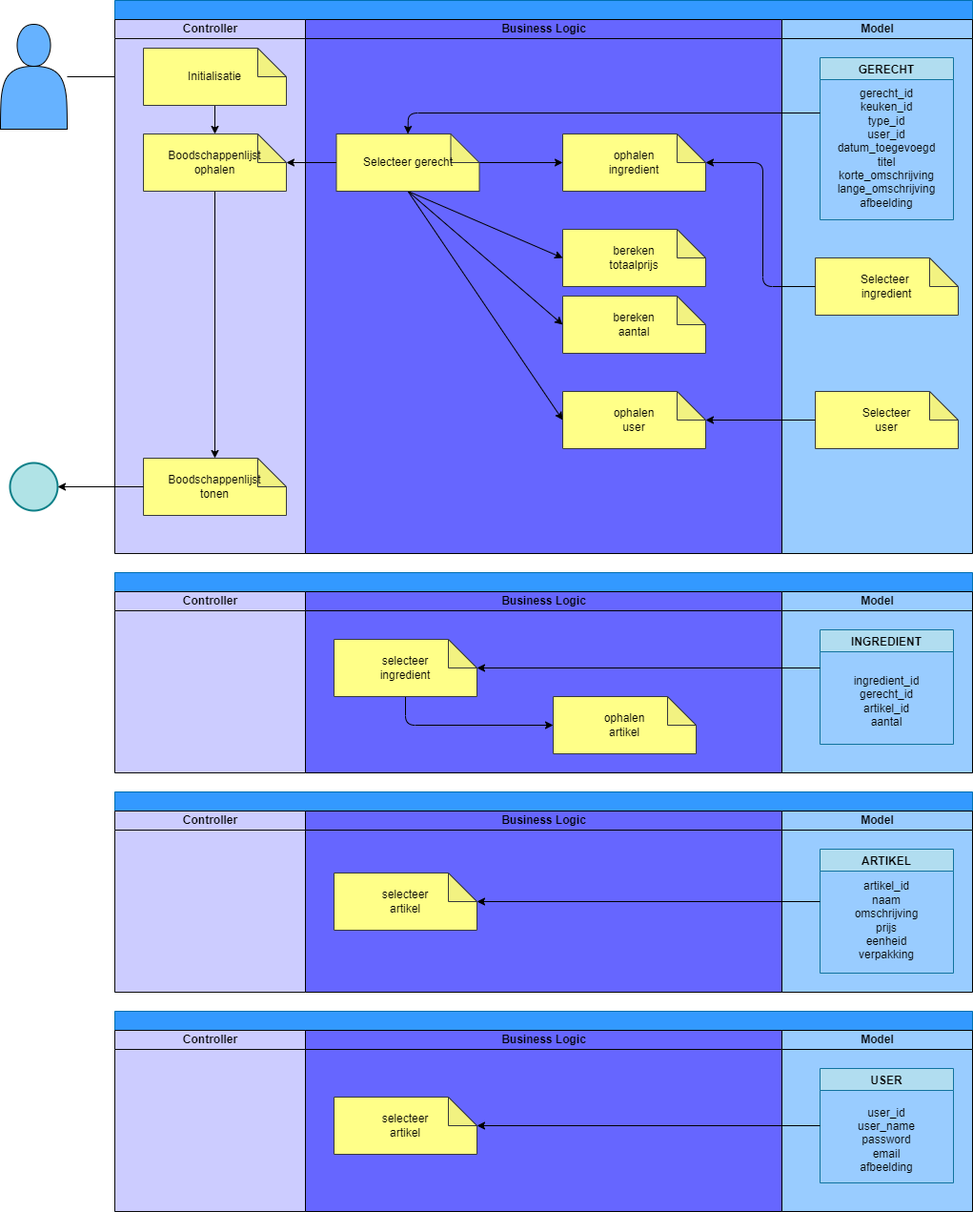
Above: documents/design/ASD_boodschappenlijst.png in LiekeDeckers/educom-verrukkulluk (draw.io), before the change. Source tidied: cells renumbered, new cells last; positions are measured from the earlier drawing's top-left corner, leaving out a move shared by most shapes.
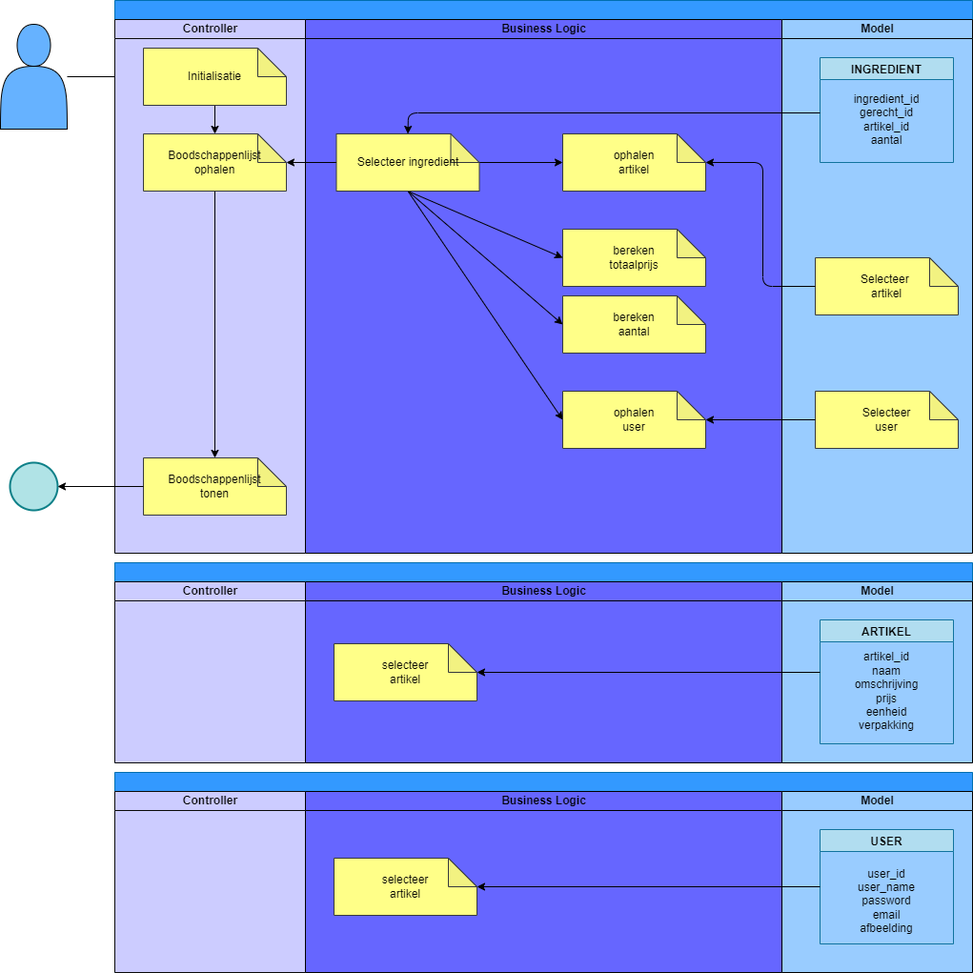
After the change.

Commit message:
ASD boodschappen #2

Change to the diagram source:
```diff
@@ -47,10 +47,10 @@
     <mxCell id="16" style="edgeStyle=none;html=1;entryX=0;entryY=0.5;entryDx=0;entryDy=0;entryPerimeter=0;strokeColor=#000000;exitX=0.5;exitY=1;exitDx=0;exitDy=0;exitPerimeter=0;" parent="12" edge="1" source="17" target="19">
       <mxGeometry relative="1" as="geometry" />
     </mxCell>
-    <mxCell id="17" value="&lt;font color=&quot;#000000&quot;&gt;Selecteer gerecht&lt;/font&gt;" style="shape=note;whiteSpace=wrap;html=1;backgroundOutline=1;darkOpacity=0.05;strokeColor=#36393d;fillColor=#ffff88;" parent="12" vertex="1">
+    <mxCell id="17" value="&lt;font color=&quot;#000000&quot;&gt;Selecteer ingredient&lt;/font&gt;" style="shape=note;whiteSpace=wrap;html=1;backgroundOutline=1;darkOpacity=0.05;strokeColor=#36393d;fillColor=#ffff88;" parent="12" vertex="1">
       <mxGeometry x="32.5" y="120" width="150" height="60" as="geometry" />
     </mxCell>
-    <mxCell id="18" value="&lt;font color=&quot;#000000&quot;&gt;ophalen&lt;br&gt;ingredient&lt;/font&gt;" style="shape=note;whiteSpace=wrap;html=1;backgroundOutline=1;darkOpacity=0.05;strokeColor=#36393d;fillColor=#ffff88;" parent="12" vertex="1">
+    <mxCell id="18" value="&lt;font color=&quot;#000000&quot;&gt;ophalen&lt;br&gt;artikel&lt;/font&gt;" style="shape=note;whiteSpace=wrap;html=1;backgroundOutline=1;darkOpacity=0.05;strokeColor=#36393d;fillColor=#ffff88;" parent="12" vertex="1">
       <mxGeometry x="270" y="120" width="150" height="60" as="geometry" />
     </mxCell>
     <mxCell id="19" value="&lt;font color=&quot;#000000&quot;&gt;ophalen&lt;br&gt;user&lt;/font&gt;" style="shape=note;whiteSpace=wrap;html=1;backgroundOutline=1;darkOpacity=0.05;strokeColor=#36393d;fillColor=#ffff88;" parent="12" vertex="1">
@@ -65,18 +65,18 @@
     <mxCell id="22" value="&lt;font color=&quot;#000000&quot;&gt;Model&lt;/font&gt;" style="swimlane;startSize=20;html=1;fillColor=#99CCFF;swimlaneFillColor=#99CCFF;strokeColor=#000000;" parent="5" vertex="1">
       <mxGeometry x="700" y="20" width="200" height="560" as="geometry" />
     </mxCell>
-    <mxCell id="23" value="GERECHT" style="swimlane;labelBackgroundColor=none;strokeColor=#10739e;fillColor=#b1ddf0;fontColor=#000000;startSize=23;" parent="22" vertex="1">
-      <mxGeometry x="40" y="40" width="140" height="170" as="geometry" />
+    <mxCell id="23" value="INGREDIENT" style="swimlane;labelBackgroundColor=none;strokeColor=#10739e;fillColor=#b1ddf0;fontColor=#000000;startSize=23;" parent="22" vertex="1">
+      <mxGeometry x="40" y="40" width="140" height="110" as="geometry" />
     </mxCell>
+    <mxCell id="48" value="&lt;font color=&quot;#000000&quot;&gt;ingredient_id&lt;br&gt;gerecht_id&lt;br&gt;artikel_id&lt;br&gt;aantal&lt;br&gt;&lt;/font&gt;" style="text;html=1;strokeColor=none;fillColor=none;align=center;verticalAlign=middle;whiteSpace=wrap;rounded=0;" parent="23" vertex="1">
+      <mxGeometry x="15" y="10" width="110" height="110" as="geometry" />
+    </mxCell>
-    <mxCell id="24" value="&lt;font color=&quot;#000000&quot;&gt;Selecteer &lt;br&gt;ingredient&lt;/font&gt;" style="shape=note;whiteSpace=wrap;html=1;backgroundOutline=1;darkOpacity=0.05;strokeColor=#36393d;fillColor=#ffff88;" parent="22" vertex="1">
+    <mxCell id="24" value="&lt;font color=&quot;#000000&quot;&gt;Selecteer &lt;br&gt;artikel&lt;br&gt;&lt;/font&gt;" style="shape=note;whiteSpace=wrap;html=1;backgroundOutline=1;darkOpacity=0.05;strokeColor=#36393d;fillColor=#ffff88;" parent="22" vertex="1">
       <mxGeometry x="35" y="250" width="150" height="60" as="geometry" />
     </mxCell>
     <mxCell id="25" value="&lt;font color=&quot;#000000&quot;&gt;Selecteer&lt;br&gt;user&lt;br&gt;&lt;/font&gt;" style="shape=note;whiteSpace=wrap;html=1;backgroundOutline=1;darkOpacity=0.05;strokeColor=#36393d;fillColor=#ffff88;" parent="22" vertex="1">
       <mxGeometry x="35" y="390" width="150" height="60" as="geometry" />
     </mxCell>
-    <mxCell id="26" value="&lt;font color=&quot;#000000&quot;&gt;gerecht_id&lt;br&gt;keuken_id&lt;br&gt;type_id&lt;br&gt;user_id&lt;br&gt;datum_toegevoegd&lt;br&gt;titel&lt;br&gt;korte_omschrijving&lt;br&gt;lange_omschrijving&lt;br&gt;afbeelding&lt;br&gt;&lt;/font&gt;" style="text;html=1;strokeColor=none;fillColor=none;align=center;verticalAlign=middle;whiteSpace=wrap;rounded=0;" parent="22" vertex="1">
-      <mxGeometry x="50" y="70" width="120" height="130" as="geometry" />
-    </mxCell>
     <mxCell id="27" style="edgeStyle=none;html=1;entryX=0.5;entryY=0;entryDx=0;entryDy=0;entryPerimeter=0;strokeColor=#000000;fontColor=#000000;" parent="5" edge="1" target="17">
       <mxGeometry relative="1" as="geometry">
         <mxPoint x="740" y="118" as="sourcePoint" />
@@ -100,7 +100,7 @@
       <mxGeometry relative="1" as="geometry" />
     </mxCell>
     <mxCell id="31" style="swimlane;startSize=20;html=1;fillColor=#3399FF;fontColor=#000000;strokeColor=#006EAF;" parent="1" vertex="1">
-      <mxGeometry x="120" y="1060" width="900" height="210" as="geometry" />
+      <mxGeometry x="120" y="810" width="900" height="210" as="geometry" />
     </mxCell>
     <mxCell id="32" value="Controller" style="swimlane;startSize=20;html=1;fillColor=#CCCCFF;fontColor=#000000;strokeColor=#0a0a0a;gradientColor=none;swimlaneFillColor=#CCCCFF;" parent="31" vertex="1">
       <mxGeometry y="20" width="200" height="190" as="geometry" />
@@ -126,44 +126,8 @@
     <mxCell id="39" style="edgeStyle=none;html=1;strokeColor=#000000;" parent="1" edge="1" source="11" target="4">
       <mxGeometry relative="1" as="geometry" />
     </mxCell>
-    <mxCell id="40" style="swimlane;startSize=20;html=1;fillColor=#3399FF;fontColor=#000000;strokeColor=#006EAF;" parent="1" vertex="1">
-      <mxGeometry x="120" y="600" width="900" height="210" as="geometry" />
-    </mxCell>
-    <mxCell id="41" value="Controller" style="swimlane;startSize=20;html=1;fillColor=#CCCCFF;fontColor=#000000;strokeColor=#0a0a0a;gradientColor=none;swimlaneFillColor=#CCCCFF;" parent="40" vertex="1">
-      <mxGeometry y="20" width="200" height="190" as="geometry" />
-    </mxCell>
-    <mxCell id="42" value="&lt;font color=&quot;#000000&quot;&gt;Business Logic&lt;/font&gt;" style="swimlane;startSize=20;html=1;fillColor=#6666FF;strokeColor=#000000;swimlaneFillColor=#6666FF;fontColor=#ffffff;" parent="40" vertex="1">
-      <mxGeometry x="200" y="20" width="500" height="190" as="geometry" />
-    </mxCell>
-    <mxCell id="43" style="edgeStyle=none;html=1;entryX=0;entryY=0.5;entryDx=0;entryDy=0;entryPerimeter=0;strokeColor=#000000;fontColor=#000000;exitX=0.5;exitY=1;exitDx=0;exitDy=0;exitPerimeter=0;" parent="42" edge="1" source="44" target="45">
-      <mxGeometry relative="1" as="geometry">
-        <Array as="points">
-          <mxPoint x="105" y="140" />
-        </Array>
-      </mxGeometry>
-    </mxCell>
-    <mxCell id="44" value="&lt;font color=&quot;#000000&quot;&gt;selecteer&lt;br&gt;ingredient&lt;/font&gt;" style="shape=note;whiteSpace=wrap;html=1;backgroundOutline=1;darkOpacity=0.05;strokeColor=#36393d;fillColor=#ffff88;" parent="42" vertex="1">
-      <mxGeometry x="30" y="50" width="150" height="60" as="geometry" />
-    </mxCell>
-    <mxCell id="45" value="&lt;font color=&quot;#000000&quot;&gt;ophalen&lt;br&gt;artikel&lt;/font&gt;" style="shape=note;whiteSpace=wrap;html=1;backgroundOutline=1;darkOpacity=0.05;strokeColor=#36393d;fillColor=#ffff88;" parent="42" vertex="1">
-      <mxGeometry x="260" y="110" width="150" height="60" as="geometry" />
-    </mxCell>
-    <mxCell id="46" value="&lt;font color=&quot;#000000&quot;&gt;Model&lt;/font&gt;" style="swimlane;startSize=20;html=1;fillColor=#99CCFF;swimlaneFillColor=#99CCFF;strokeColor=#000000;" parent="40" vertex="1">
-      <mxGeometry x="700" y="20" width="200" height="190" as="geometry" />
-    </mxCell>
-    <mxCell id="47" value="INGREDIENT" style="swimlane;labelBackgroundColor=none;strokeColor=#10739e;fillColor=#b1ddf0;fontColor=#000000;startSize=23;" parent="46" vertex="1">
-      <mxGeometry x="40" y="40" width="140" height="120" as="geometry" />
-    </mxCell>
-    <mxCell id="48" value="&lt;font color=&quot;#000000&quot;&gt;ingredient_id&lt;br&gt;gerecht_id&lt;br&gt;artikel_id&lt;br&gt;aantal&lt;br&gt;&lt;/font&gt;" style="text;html=1;strokeColor=none;fillColor=none;align=center;verticalAlign=middle;whiteSpace=wrap;rounded=0;" parent="47" vertex="1">
-      <mxGeometry x="15" y="20" width="110" height="110" as="geometry" />
-    </mxCell>
-    <mxCell id="49" style="edgeStyle=none;html=1;strokeColor=#000000;fontColor=#000000;" parent="40" edge="1" target="44">
-      <mxGeometry relative="1" as="geometry">
-        <mxPoint x="740" y="100" as="sourcePoint" />
-      </mxGeometry>
-    </mxCell>
     <mxCell id="50" style="swimlane;startSize=20;html=1;fillColor=#3399FF;fontColor=#000000;strokeColor=#006EAF;" parent="1" vertex="1">
-      <mxGeometry x="120" y="830" width="900" height="210" as="geometry" />
+      <mxGeometry x="120" y="590" width="900" height="210" as="geometry" />
     </mxCell>
     <mxCell id="51" value="Controller" style="swimlane;startSize=20;html=1;fillColor=#CCCCFF;fontColor=#000000;strokeColor=#0a0a0a;gradientColor=none;swimlaneFillColor=#CCCCFF;" parent="50" vertex="1">
       <mxGeometry y="20" width="200" height="190" as="geometry" />
```
